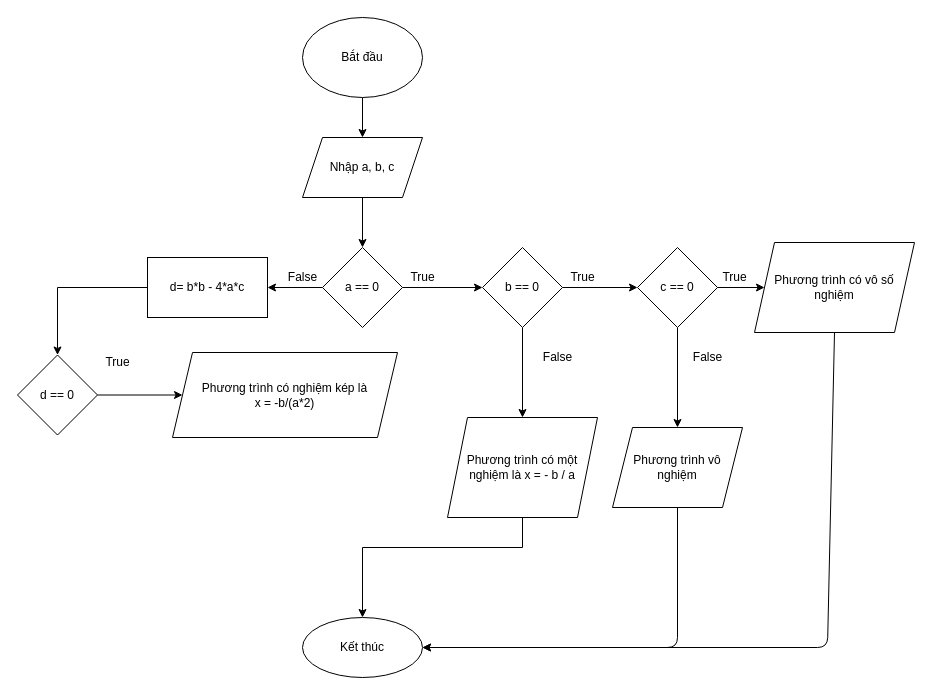
Earlier version of the draw.io diagram Baitap/Baitap06.drawio (NguyenDangKhoa02/20T1080038-Java). Source tidied: cells renumbered, new cells numbered last; positions are measured from the earlier drawing's top-left corner, leaving out a move shared by most shapes. Both pictures are drawn from the tidied source at 100%, with x=0, y=0 at pixel (17, 17).
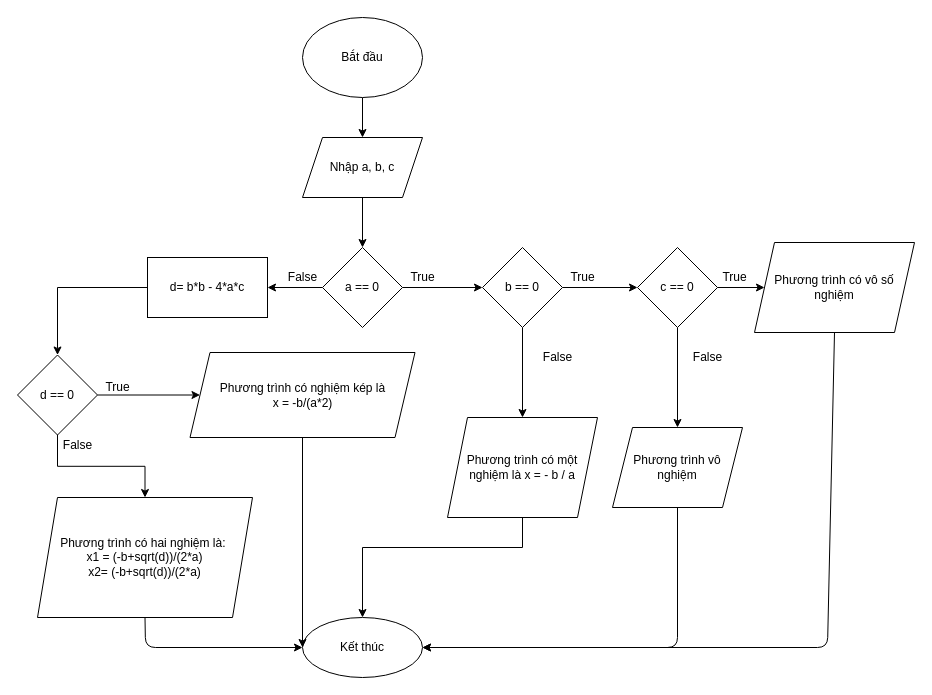
The same diagram, later.

Unchanged cells that the change refers to:
```xml
<mxCell id="21" value="Kết thúc" style="ellipse;whiteSpace=wrap;html=1;" parent="1" vertex="1">
  <mxGeometry x="285" y="600" width="120" height="60" as="geometry" />
</mxCell>
<mxCell id="30" value="d == 0" style="rhombus;whiteSpace=wrap;html=1;" parent="1" vertex="1">
  <mxGeometry y="337.5" width="80" height="80" as="geometry" />
</mxCell>
```

Diff of the diagram source:
```diff
@@
+    <mxCell id="34" style="edgeStyle=orthogonalEdgeStyle;rounded=0;jettySize=auto;html=1;" parent="1" edge="1" source="30" target="35">
+      <mxGeometry relative="1" as="geometry" />
+    </mxCell>
@@
     <mxCell id="31" value="Phương trình có nghiệm kép là &lt;br&gt;x = -b/(a*2)" style="shape=parallelogram;perimeter=parallelogramPerimeter;whiteSpace=wrap;html=1;fixedSize=1;" parent="1" vertex="1">
-      <mxGeometry x="155" y="335" width="225" height="85" as="geometry" />
+      <mxGeometry x="172.5" y="335" width="225" height="85" as="geometry" />
     </mxCell>
     <mxCell id="32" value="True" style="text;html=1;align=center;verticalAlign=middle;strokeColor=none;fillColor=none;" parent="1" vertex="1">
-      <mxGeometry x="80" y="335" width="40" height="20" as="geometry" />
+      <mxGeometry x="80" y="360" width="40" height="20" as="geometry" />
     </mxCell>
@@
+    <mxCell id="35" value="Phương trình có hai nghiệm là:&amp;nbsp;&lt;br&gt;x1 = (-b+sqrt(d))/(2*a)&lt;br&gt;x2= (-b+sqrt(d))/(2*a)" style="shape=parallelogram;perimeter=parallelogramPerimeter;whiteSpace=wrap;html=1;fixedSize=1;" parent="1" vertex="1">
+      <mxGeometry x="20" y="480" width="215" height="120" as="geometry" />
+    </mxCell>
+    <mxCell id="36" value="False" style="text;html=1;align=center;verticalAlign=middle;strokeColor=none;fillColor=none;" parent="1" vertex="1">
+      <mxGeometry x="40" y="417.5" width="40" height="20" as="geometry" />
+    </mxCell>
+    <mxCell id="37" style="endArrow=classic;html=1;exitX=0.5;exitY=1;exitDx=0;exitDy=0;entryX=0;entryY=0.5;entryDx=0;entryDy=0;" parent="1" edge="1" source="35" target="21">
+      <mxGeometry relative="1" as="geometry">
+        <Array as="points">
+          <mxPoint x="128" y="630" />
+        </Array>
+      </mxGeometry>
+    </mxCell>
+    <mxCell id="38" style="endArrow=classic;html=1;exitX=0.5;exitY=1;exitDx=0;exitDy=0;entryX=0;entryY=0.5;entryDx=0;entryDy=0;" parent="1" edge="1" source="31" target="21">
+      <mxGeometry relative="1" as="geometry" />
+    </mxCell>
```
